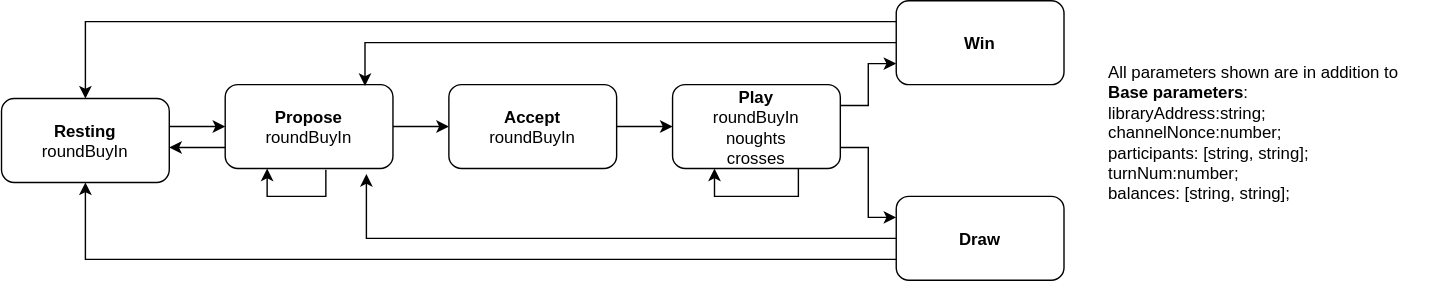
This is packages/tictactoe/notes/TicTacToe.svg from magmo/apps, a draw.io export, as it was before one commit. Source tidied: cells renumbered, new cells last; positions are measured from the earlier drawing's top-left corner, leaving out a move shared by most shapes.
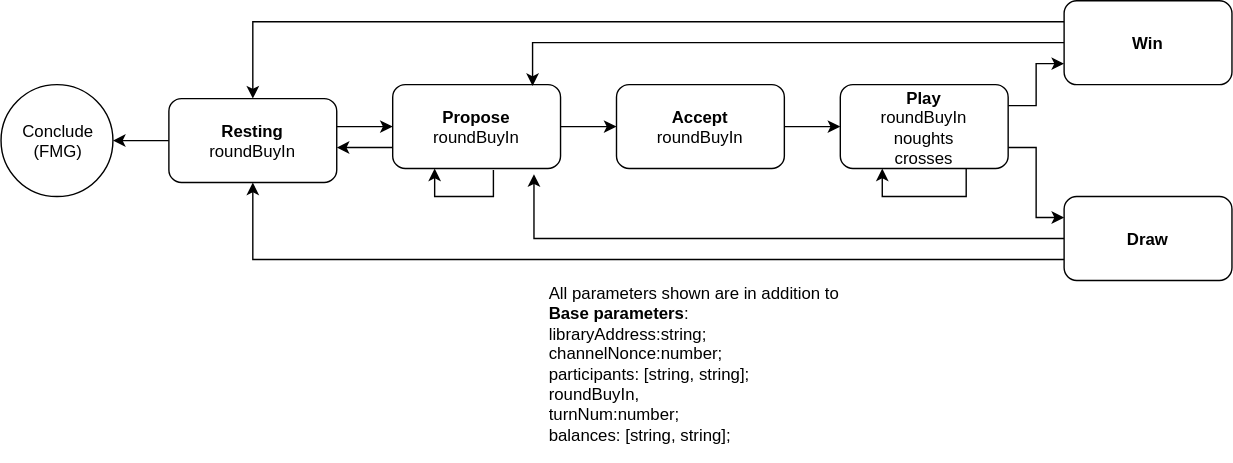
The same file after the commit.

Commit message:
a few updates to the notes

The edit, as a diff of the source:
```diff
@@ -24,44 +24,50 @@
     <mxCell id="7" value="&lt;b&gt;Accept&lt;br&gt;&lt;/b&gt;roundBuyIn&lt;b&gt;&lt;br&gt;&lt;/b&gt;" style="rounded=1;whiteSpace=wrap;html=1;" parent="1" vertex="1">
       <mxGeometry x="320" y="60" width="120" height="60" as="geometry" />
     </mxCell>
-    <mxCell id="8" style="edgeStyle=orthogonalEdgeStyle;rounded=0;html=1;exitX=1;exitY=0.25;entryX=0;entryY=0.75;jettySize=auto;" parent="1" edge="1" source="10" target="13">
+    <mxCell id="8" style="edgeStyle=orthogonalEdgeStyle;rounded=0;html=1;exitX=1;exitY=0.25;entryX=0;entryY=0.75;jettySize=auto;" parent="1" edge="1" source="10" target="14">
       <mxGeometry relative="1" as="geometry" />
     </mxCell>
-    <mxCell id="9" style="edgeStyle=orthogonalEdgeStyle;rounded=0;html=1;exitX=1;exitY=0.75;entryX=0;entryY=0.25;jettySize=auto;" parent="1" edge="1" source="10" target="16">
+    <mxCell id="9" style="edgeStyle=orthogonalEdgeStyle;rounded=0;html=1;exitX=1;exitY=0.75;entryX=0;entryY=0.25;jettySize=auto;" parent="1" edge="1" source="10" target="17">
       <mxGeometry relative="1" as="geometry" />
     </mxCell>
     <mxCell id="10" value="&lt;b&gt;Play&lt;br&gt;&lt;/b&gt;roundBuyIn&lt;br&gt;noughts&lt;br&gt;crosses&lt;br&gt;" style="rounded=1;whiteSpace=wrap;html=1;" parent="1" vertex="1">
       <mxGeometry x="480" y="60" width="120" height="60" as="geometry" />
     </mxCell>
-    <mxCell id="11" style="edgeStyle=orthogonalEdgeStyle;rounded=0;html=1;entryX=0.5;entryY=0;jettySize=auto;exitX=0;exitY=0.25;" parent="1" edge="1" source="13" target="19">
+    <mxCell id="11" style="edgeStyle=orthogonalEdgeStyle;rounded=0;html=1;entryX=0.5;entryY=0;jettySize=auto;exitX=0;exitY=0.25;" parent="1" edge="1" source="14" target="20">
       <mxGeometry relative="1" as="geometry" />
     </mxCell>
-    <mxCell id="12" style="edgeStyle=orthogonalEdgeStyle;rounded=0;html=1;exitX=0;exitY=0.5;entryX=0.833;entryY=0.017;entryPerimeter=0;jettySize=auto;" parent="1" edge="1" source="13" target="5">
+    <mxCell id="12" style="edgeStyle=orthogonalEdgeStyle;rounded=0;html=1;exitX=0;exitY=0.5;entryX=0.833;entryY=0.017;entryPerimeter=0;jettySize=auto;" parent="1" edge="1" source="14" target="5">
       <mxGeometry relative="1" as="geometry" />
     </mxCell>
-    <mxCell id="13" value="&lt;b&gt;Win&lt;/b&gt;" style="rounded=1;whiteSpace=wrap;html=1;" parent="1" vertex="1">
-      <mxGeometry x="640" width="120" height="60" as="geometry" />
+    <mxCell id="13" style="edgeStyle=orthogonalEdgeStyle;rounded=0;html=1;entryX=1;entryY=0.5;jettySize=auto;exitX=0;exitY=0.5;" parent="1" edge="1" source="20" target="22">
+      <mxGeometry relative="1" as="geometry" />
     </mxCell>
-    <mxCell id="14" style="edgeStyle=orthogonalEdgeStyle;rounded=0;html=1;entryX=0.5;entryY=1;jettySize=auto;exitX=0;exitY=0.75;" parent="1" edge="1" source="16" target="19">
-      <mxGeometry relative="1" as="geometry" />
+    <mxCell id="14" value="&lt;b&gt;Win&lt;/b&gt;" style="rounded=1;whiteSpace=wrap;html=1;" parent="1" vertex="1">
+      <mxGeometry x="640" width="120" height="60" as="geometry" />
     </mxCell>
-    <mxCell id="15" style="edgeStyle=orthogonalEdgeStyle;rounded=0;html=1;entryX=0.842;entryY=1.067;entryPerimeter=0;jettySize=auto;" parent="1" edge="1" source="16" target="5">
+    <mxCell id="15" style="edgeStyle=orthogonalEdgeStyle;rounded=0;html=1;entryX=0.5;entryY=1;jettySize=auto;exitX=0;exitY=0.75;" parent="1" edge="1" source="17" target="20">
       <mxGeometry relative="1" as="geometry" />
     </mxCell>
-    <mxCell id="16" value="&lt;b&gt;Draw&lt;/b&gt;" style="rounded=1;whiteSpace=wrap;html=1;" parent="1" vertex="1">
-      <mxGeometry x="640" y="140" width="120" height="60" as="geometry" />
+    <mxCell id="16" style="edgeStyle=orthogonalEdgeStyle;rounded=0;html=1;entryX=0.842;entryY=1.067;entryPerimeter=0;jettySize=auto;" parent="1" edge="1" source="17" target="5">
+      <mxGeometry relative="1" as="geometry" />
     </mxCell>
-    <mxCell id="17" style="edgeStyle=orthogonalEdgeStyle;rounded=0;html=1;entryX=0.25;entryY=1;jettySize=auto;orthogonalLoop=1;exitX=0.6;exitY=1.017;exitPerimeter=0;" parent="1" edge="1" source="5" target="5">
-      <mxGeometry relative="1" as="geometry" />
+    <mxCell id="17" value="&lt;b&gt;Draw&lt;/b&gt;" style="rounded=1;whiteSpace=wrap;html=1;" parent="1" vertex="1">
+      <mxGeometry x="640" y="140" width="120" height="60" as="geometry" />
     </mxCell>
-    <mxCell id="18" style="edgeStyle=orthogonalEdgeStyle;rounded=0;html=1;entryX=0.25;entryY=1;jettySize=auto;orthogonalLoop=1;exitX=0.75;exitY=1;" parent="1" edge="1" source="10" target="10">
+    <mxCell id="18" style="edgeStyle=orthogonalEdgeStyle;rounded=0;html=1;entryX=0.25;entryY=1;jettySize=auto;orthogonalLoop=1;exitX=0.6;exitY=1.017;exitPerimeter=0;" parent="1" edge="1" source="5" target="5">
       <mxGeometry relative="1" as="geometry" />
     </mxCell>
-    <mxCell id="19" value="&lt;b&gt;Resting&lt;br&gt;&lt;/b&gt;&lt;div&gt;roundBuyIn&lt;/div&gt;" style="rounded=1;whiteSpace=wrap;html=1;" parent="1" vertex="1">
-      <mxGeometry y="70" width="120" height="60" as="geometry" />
+    <mxCell id="19" style="edgeStyle=orthogonalEdgeStyle;rounded=0;html=1;entryX=0.25;entryY=1;jettySize=auto;orthogonalLoop=1;exitX=0.75;exitY=1;" parent="1" edge="1" source="10" target="10">
+      <mxGeometry relative="1" as="geometry" />
     </mxCell>
-    <mxCell id="20" value="All parameters shown are in addition to &lt;br&gt;&lt;b&gt;Base parameters&lt;/b&gt;:&lt;br&gt;&lt;div&gt;&lt;div&gt;  libraryAddress&lt;span&gt;:&lt;/span&gt;&lt;span&gt;string&lt;/span&gt;;&lt;/div&gt;&lt;div&gt;  channelNonce&lt;span&gt;:&lt;/span&gt;&lt;span&gt;number&lt;/span&gt;;&lt;/div&gt;&lt;div&gt;  participants&lt;span&gt;:&lt;/span&gt; [&lt;span&gt;string&lt;/span&gt;, &lt;span&gt;string&lt;/span&gt;];&lt;/div&gt;&lt;div&gt;  turnNum&lt;span&gt;:&lt;/span&gt;&lt;span&gt;number&lt;/span&gt;;&lt;/div&gt;&lt;div&gt;  balances&lt;span&gt;:&lt;/span&gt; [&lt;span&gt;string&lt;/span&gt;, &lt;span&gt;string&lt;/span&gt;];&lt;/div&gt;&lt;/div&gt;&lt;br&gt;" style="text;html=1;align=left;verticalAlign=middle;points=[];fillColor=none;strokeColor=none;rounded=0;" parent="1" vertex="1">
-      <mxGeometry x="790" y="40" width="230" height="120" as="geometry" />
+    <mxCell id="20" value="&lt;b&gt;Resting&lt;br&gt;&lt;/b&gt;&lt;div&gt;roundBuyIn&lt;/div&gt;" style="rounded=1;whiteSpace=wrap;html=1;" parent="1" vertex="1">
+      <mxGeometry y="70" width="120" height="60" as="geometry" />
     </mxCell>
+    <mxCell id="21" value="All parameters shown are in addition to &lt;br&gt;&lt;b&gt;Base parameters&lt;/b&gt;:&lt;br&gt;&lt;div&gt;&lt;div&gt;  libraryAddress&lt;span&gt;:&lt;/span&gt;&lt;span&gt;string&lt;/span&gt;;&lt;/div&gt;&lt;div&gt;  channelNonce&lt;span&gt;:&lt;/span&gt;&lt;span&gt;number&lt;/span&gt;;&lt;/div&gt;&lt;div&gt;  participants&lt;span&gt;:&lt;/span&gt; [&lt;span&gt;string&lt;/span&gt;, &lt;span&gt;string&lt;/span&gt;];&lt;/div&gt;&lt;div&gt;roundBuyIn,&lt;/div&gt;&lt;div&gt;  turnNum&lt;span&gt;:&lt;/span&gt;&lt;span&gt;number&lt;/span&gt;;&lt;/div&gt;&lt;div&gt;  balances&lt;span&gt;:&lt;/span&gt; [&lt;span&gt;string&lt;/span&gt;, &lt;span&gt;string&lt;/span&gt;];&lt;/div&gt;&lt;/div&gt;&lt;br&gt;" style="text;html=1;align=left;verticalAlign=middle;fillColor=none;strokeColor=none;rounded=0;" parent="1" vertex="1">
+      <mxGeometry x="270" y="200" width="230" height="130" as="geometry" />
+    </mxCell>
+    <mxCell id="22" value="Conclude&lt;br&gt;(FMG)&lt;br&gt;" style="ellipse;whiteSpace=wrap;html=1;" parent="1" vertex="1">
+      <mxGeometry x="-120" y="60" width="80" height="80" as="geometry" />
+    </mxCell>
   </root>
 </mxGraphModel>
```
